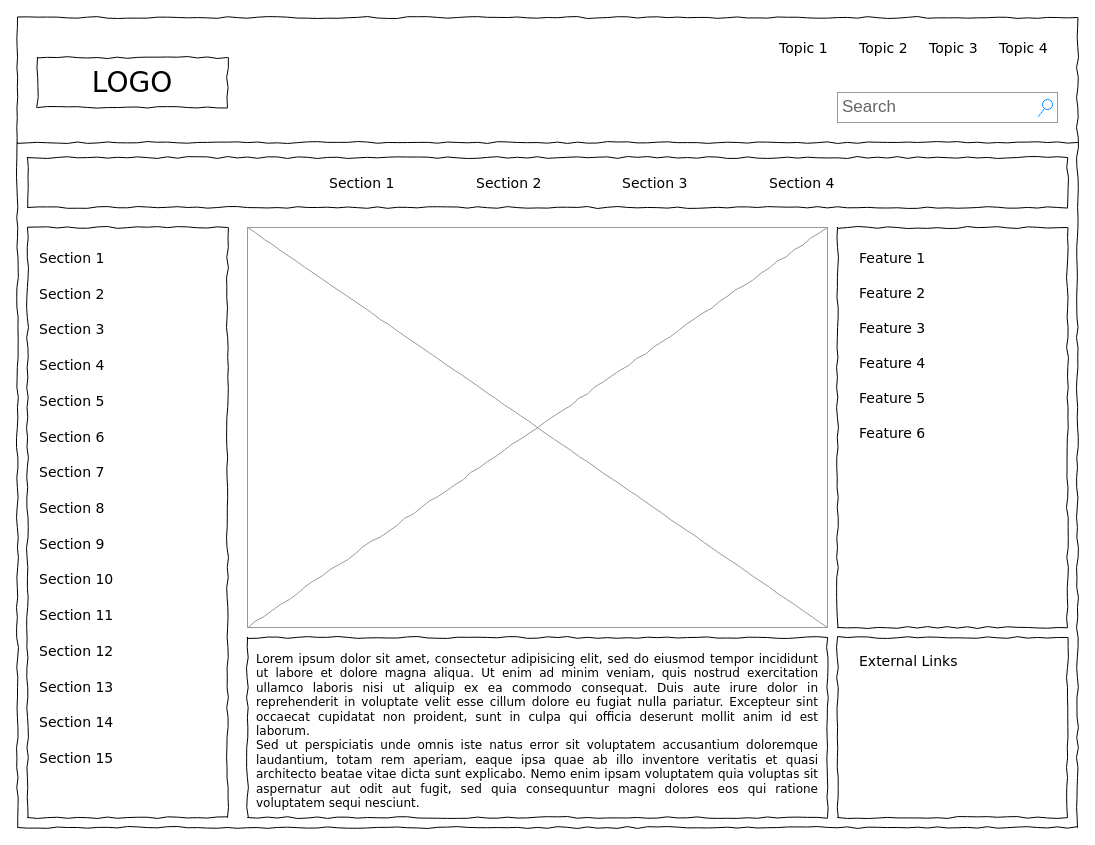
Above: Untitled Diagram.drawio in Sorayk/ToDoList (draw.io), before the change. Source tidied: cells renumbered, new cells numbered last; positions are measured from the earlier drawing's top-left corner, leaving out a move shared by most shapes. Both pictures are drawn from the tidied source at 100%, with x=0, y=0 at pixel (17, 17).
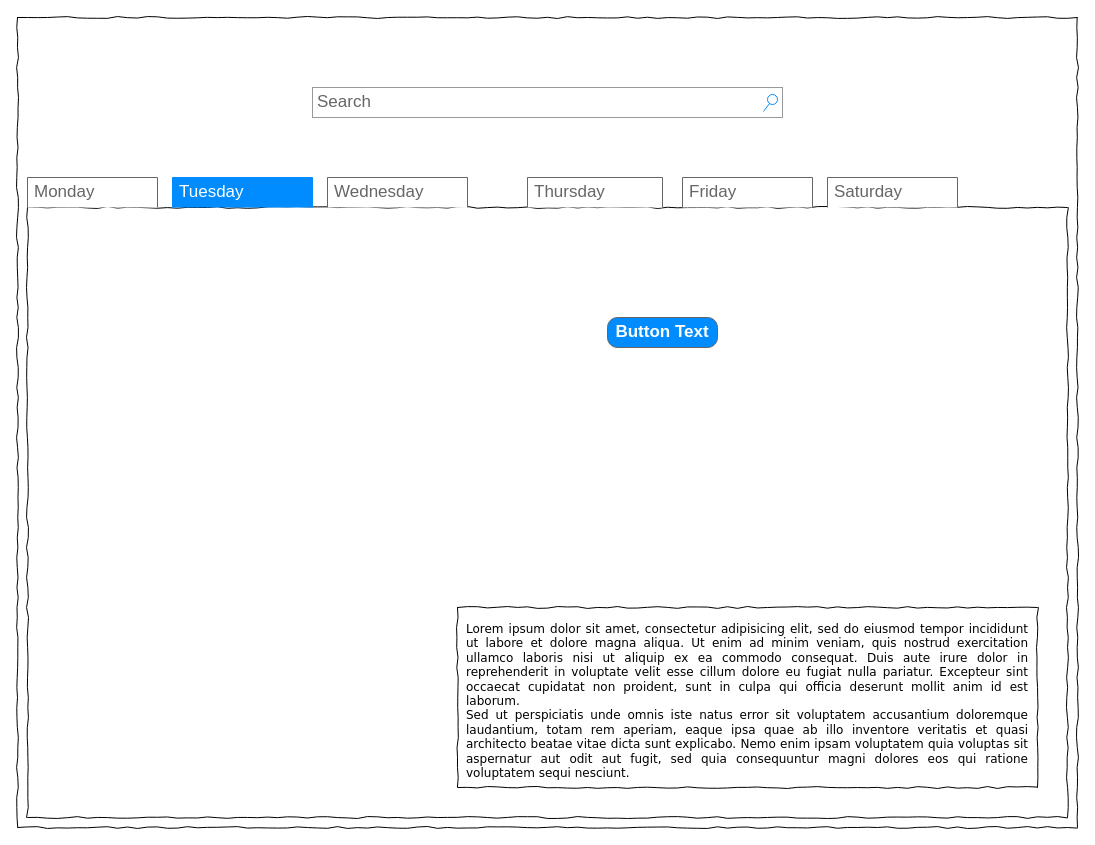
Above is the later version.

The edit, as a diff of the source:
```diff
@@
-    <mxCell id="3" value="LOGO" style="whiteSpace=wrap;html=1;rounded=0;shadow=0;labelBackgroundColor=none;strokeWidth=1;fontFamily=Verdana;fontSize=28;align=center;comic=1;" parent="1" vertex="1">
-      <mxGeometry x="20" y="40" width="190" height="50" as="geometry" />
-    </mxCell>
+    <mxCell id="9" style="whiteSpace=wrap;html=1;rounded=0;shadow=0;labelBackgroundColor=none;strokeWidth=1;fillColor=none;fontFamily=Verdana;fontSize=12;align=center;comic=1;" parent="1" vertex="1">
+      <mxGeometry x="10" y="190" width="1040" height="610" as="geometry" />
+    </mxCell>
+    <mxCell id="16" value="&lt;div style=&quot;text-align: justify&quot;&gt;&lt;span&gt;Lorem ipsum dolor sit amet, consectetur adipisicing elit, sed do eiusmod tempor incididunt ut labore et dolore magna aliqua. Ut enim ad minim veniam, quis nostrud exercitation ullamco laboris nisi ut aliquip ex ea commodo consequat. Duis aute irure dolor in reprehenderit in voluptate velit esse cillum dolore eu fugiat nulla pariatur. Excepteur sint occaecat cupidatat non proident, sunt in culpa qui officia deserunt mollit anim id est laborum.&lt;/span&gt;&lt;/div&gt;&lt;div style=&quot;text-align: justify&quot;&gt;&lt;span&gt;Sed ut perspiciatis unde omnis iste natus error sit voluptatem accusantium doloremque laudantium, totam rem aperiam, eaque ipsa quae ab illo inventore veritatis et quasi architecto beatae vitae dicta sunt explicabo. Nemo enim ipsam voluptatem quia voluptas sit aspernatur aut odit aut fugit, sed quia consequuntur magni dolores eos qui ratione voluptatem sequi nesciunt.&amp;nbsp;&lt;/span&gt;&lt;/div&gt;" style="whiteSpace=wrap;html=1;rounded=0;shadow=0;labelBackgroundColor=none;strokeWidth=1;fillColor=none;fontFamily=Verdana;fontSize=12;align=center;verticalAlign=top;spacing=10;comic=1;" parent="1" vertex="1">
+      <mxGeometry x="440" y="590" width="580" height="180" as="geometry" />
+    </mxCell>
+    <mxCell id="42" value="Button Text" style="strokeWidth=1;shadow=0;dashed=0;align=center;html=1;shape=mxgraph.mockup.buttons.button;strokeColor=#666666;fontColor=#ffffff;mainText=;buttonStyle=round;fontSize=17;fontStyle=1;fillColor=#008cff;whiteSpace=wrap;" parent="1" vertex="1">
+      <mxGeometry x="590" y="300" width="110" height="30" as="geometry" />
+    </mxCell>
-    <mxCell id="4" value="Search" style="strokeWidth=1;shadow=0;dashed=0;align=center;html=1;shape=mxgraph.mockup.forms.searchBox;strokeColor=#999999;mainText=;strokeColor2=#008cff;fontColor=#666666;fontSize=17;align=left;spacingLeft=3;rounded=0;labelBackgroundColor=none;comic=1;" parent="1" vertex="1">
-      <mxGeometry x="820" y="75" width="220" height="30" as="geometry" />
+    <mxCell id="4" value="Search" style="strokeWidth=1;shadow=0;dashed=0;align=center;html=1;shape=mxgraph.mockup.forms.searchBox;strokeColor=#999999;mainText=;strokeColor2=#008cff;fontColor=#666666;fontSize=17;align=left;spacingLeft=3;" parent="1" vertex="1">
+      <mxGeometry x="295" y="70" width="470" height="30" as="geometry" />
     </mxCell>
-    <mxCell id="5" value="Topic 1" style="text;html=1;align=left;verticalAlign=top;spacingTop=-4;fontSize=14;fontFamily=Verdana;" parent="1" vertex="1">
-      <mxGeometry x="760" y="20" width="60" height="20" as="geometry" />
-    </mxCell>
-    <mxCell id="6" value="Topic 2" style="text;html=1;align=left;verticalAlign=top;spacingTop=-4;fontSize=14;fontFamily=Verdana;" parent="1" vertex="1">
-      <mxGeometry x="840" y="20" width="60" height="20" as="geometry" />
-    </mxCell>
-    <mxCell id="7" value="Topic 3" style="text;html=1;align=left;verticalAlign=top;spacingTop=-4;fontSize=14;fontFamily=Verdana;" parent="1" vertex="1">
-      <mxGeometry x="910" y="20" width="60" height="20" as="geometry" />
-    </mxCell>
-    <mxCell id="8" value="Topic 4" style="text;html=1;align=left;verticalAlign=top;spacingTop=-4;fontSize=14;fontFamily=Verdana;" parent="1" vertex="1">
-      <mxGeometry x="980" y="20" width="60" height="20" as="geometry" />
-    </mxCell>
-    <mxCell id="9" style="whiteSpace=wrap;html=1;rounded=0;shadow=0;labelBackgroundColor=none;strokeWidth=1;fillColor=none;fontFamily=Verdana;fontSize=12;align=center;comic=1;" parent="1" vertex="1">
-      <mxGeometry x="10" y="210" width="200" height="590" as="geometry" />
-    </mxCell>
-    <mxCell id="10" style="line;strokeWidth=1;html=1;rounded=0;shadow=0;labelBackgroundColor=none;fillColor=none;fontFamily=Verdana;fontSize=14;fontColor=#000000;align=center;comic=1;" parent="1" vertex="1">
-      <mxGeometry y="120" width="1060" height="10" as="geometry" />
-    </mxCell>
-    <mxCell id="11" style="whiteSpace=wrap;html=1;rounded=0;shadow=0;labelBackgroundColor=none;strokeWidth=1;fillColor=none;fontFamily=Verdana;fontSize=12;align=center;comic=1;" parent="1" vertex="1">
-      <mxGeometry x="10" y="140" width="1040" height="50" as="geometry" />
-    </mxCell>
-    <mxCell id="12" value="Section 1" style="text;html=1;align=left;verticalAlign=top;spacingTop=-4;fontSize=14;fontFamily=Verdana;" parent="1" vertex="1">
-      <mxGeometry x="310" y="155" width="60" height="20" as="geometry" />
-    </mxCell>
-    <mxCell id="13" value="Section 2" style="text;html=1;align=left;verticalAlign=top;spacingTop=-4;fontSize=14;fontFamily=Verdana;" parent="1" vertex="1">
-      <mxGeometry x="457" y="155" width="60" height="20" as="geometry" />
-    </mxCell>
-    <mxCell id="14" value="Section 3" style="text;html=1;align=left;verticalAlign=top;spacingTop=-4;fontSize=14;fontFamily=Verdana;" parent="1" vertex="1">
-      <mxGeometry x="603" y="155" width="60" height="20" as="geometry" />
-    </mxCell>
-    <mxCell id="15" value="Section 4" style="text;html=1;align=left;verticalAlign=top;spacingTop=-4;fontSize=14;fontFamily=Verdana;" parent="1" vertex="1">
-      <mxGeometry x="750" y="155" width="60" height="20" as="geometry" />
-    </mxCell>
-    <mxCell id="16" value="&lt;div style=&quot;text-align: justify&quot;&gt;&lt;span&gt;Lorem ipsum dolor sit amet, consectetur adipisicing elit, sed do eiusmod tempor incididunt ut labore et dolore magna aliqua. Ut enim ad minim veniam, quis nostrud exercitation ullamco laboris nisi ut aliquip ex ea commodo consequat. Duis aute irure dolor in reprehenderit in voluptate velit esse cillum dolore eu fugiat nulla pariatur. Excepteur sint occaecat cupidatat non proident, sunt in culpa qui officia deserunt mollit anim id est laborum.&lt;/span&gt;&lt;/div&gt;&lt;div style=&quot;text-align: justify&quot;&gt;&lt;span&gt;Sed ut perspiciatis unde omnis iste natus error sit voluptatem accusantium doloremque laudantium, totam rem aperiam, eaque ipsa quae ab illo inventore veritatis et quasi architecto beatae vitae dicta sunt explicabo. Nemo enim ipsam voluptatem quia voluptas sit aspernatur aut odit aut fugit, sed quia consequuntur magni dolores eos qui ratione voluptatem sequi nesciunt.&amp;nbsp;&lt;/span&gt;&lt;/div&gt;" style="whiteSpace=wrap;html=1;rounded=0;shadow=0;labelBackgroundColor=none;strokeWidth=1;fillColor=none;fontFamily=Verdana;fontSize=12;align=center;verticalAlign=top;spacing=10;comic=1;" parent="1" vertex="1">
-      <mxGeometry x="230" y="620" width="580" height="180" as="geometry" />
-    </mxCell>
-    <mxCell id="17" style="verticalLabelPosition=bottom;shadow=0;dashed=0;align=center;html=1;verticalAlign=top;strokeWidth=1;shape=mxgraph.mockup.graphics.simpleIcon;strokeColor=#999999;rounded=0;labelBackgroundColor=none;fontFamily=Verdana;fontSize=14;fontColor=#000000;comic=1;" parent="1" vertex="1">
-      <mxGeometry x="230" y="210" width="580" height="400" as="geometry" />
-    </mxCell>
-    <mxCell id="18" style="whiteSpace=wrap;html=1;rounded=0;shadow=0;labelBackgroundColor=none;strokeWidth=1;fillColor=none;fontFamily=Verdana;fontSize=12;align=center;comic=1;" parent="1" vertex="1">
-      <mxGeometry x="820" y="210" width="230" height="400" as="geometry" />
-    </mxCell>
-    <mxCell id="19" style="whiteSpace=wrap;html=1;rounded=0;shadow=0;labelBackgroundColor=none;strokeWidth=1;fillColor=none;fontFamily=Verdana;fontSize=12;align=center;comic=1;" parent="1" vertex="1">
-      <mxGeometry x="820" y="620" width="230" height="180" as="geometry" />
-    </mxCell>
-    <mxCell id="20" value="Section 1" style="text;html=1;align=left;verticalAlign=top;spacingTop=-4;fontSize=14;fontFamily=Verdana;" parent="1" vertex="1">
-      <mxGeometry x="20" y="230" width="170" height="20" as="geometry" />
-    </mxCell>
-    <mxCell id="21" value="Section 2" style="text;html=1;align=left;verticalAlign=top;spacingTop=-4;fontSize=14;fontFamily=Verdana;" parent="1" vertex="1">
-      <mxGeometry x="20" y="266" width="170" height="20" as="geometry" />
-    </mxCell>
-    <mxCell id="22" value="Section 3" style="text;html=1;align=left;verticalAlign=top;spacingTop=-4;fontSize=14;fontFamily=Verdana;" parent="1" vertex="1">
-      <mxGeometry x="20" y="301" width="170" height="20" as="geometry" />
-    </mxCell>
-    <mxCell id="23" value="Section 4" style="text;html=1;align=left;verticalAlign=top;spacingTop=-4;fontSize=14;fontFamily=Verdana;" parent="1" vertex="1">
-      <mxGeometry x="20" y="337" width="170" height="20" as="geometry" />
-    </mxCell>
-    <mxCell id="24" value="Section 7" style="text;html=1;align=left;verticalAlign=top;spacingTop=-4;fontSize=14;fontFamily=Verdana;" parent="1" vertex="1">
-      <mxGeometry x="20" y="444" width="170" height="20" as="geometry" />
-    </mxCell>
-    <mxCell id="25" value="Section 8" style="text;html=1;align=left;verticalAlign=top;spacingTop=-4;fontSize=14;fontFamily=Verdana;" parent="1" vertex="1">
-      <mxGeometry x="20" y="480" width="170" height="20" as="geometry" />
-    </mxCell>
-    <mxCell id="26" value="Section 9" style="text;html=1;align=left;verticalAlign=top;spacingTop=-4;fontSize=14;fontFamily=Verdana;" parent="1" vertex="1">
-      <mxGeometry x="20" y="516" width="170" height="20" as="geometry" />
-    </mxCell>
-    <mxCell id="27" value="Section 10" style="text;html=1;align=left;verticalAlign=top;spacingTop=-4;fontSize=14;fontFamily=Verdana;" parent="1" vertex="1">
-      <mxGeometry x="20" y="551" width="170" height="20" as="geometry" />
-    </mxCell>
-    <mxCell id="28" value="Section 11" style="text;html=1;align=left;verticalAlign=top;spacingTop=-4;fontSize=14;fontFamily=Verdana;" parent="1" vertex="1">
-      <mxGeometry x="20" y="587" width="170" height="20" as="geometry" />
-    </mxCell>
-    <mxCell id="29" value="Section 12" style="text;html=1;align=left;verticalAlign=top;spacingTop=-4;fontSize=14;fontFamily=Verdana;" parent="1" vertex="1">
-      <mxGeometry x="20" y="623" width="170" height="20" as="geometry" />
-    </mxCell>
-    <mxCell id="30" value="Section 13" style="text;html=1;align=left;verticalAlign=top;spacingTop=-4;fontSize=14;fontFamily=Verdana;" parent="1" vertex="1">
-      <mxGeometry x="20" y="659" width="170" height="20" as="geometry" />
-    </mxCell>
-    <mxCell id="31" value="Section 14" style="text;html=1;align=left;verticalAlign=top;spacingTop=-4;fontSize=14;fontFamily=Verdana;" parent="1" vertex="1">
-      <mxGeometry x="20" y="694" width="170" height="20" as="geometry" />
-    </mxCell>
-    <mxCell id="32" value="Section 5" style="text;html=1;align=left;verticalAlign=top;spacingTop=-4;fontSize=14;fontFamily=Verdana;" parent="1" vertex="1">
-      <mxGeometry x="20" y="373" width="170" height="20" as="geometry" />
-    </mxCell>
-    <mxCell id="33" value="Section 6" style="text;html=1;align=left;verticalAlign=top;spacingTop=-4;fontSize=14;fontFamily=Verdana;" parent="1" vertex="1">
-      <mxGeometry x="20" y="409" width="170" height="20" as="geometry" />
-    </mxCell>
-    <mxCell id="34" value="Section 15" style="text;html=1;align=left;verticalAlign=top;spacingTop=-4;fontSize=14;fontFamily=Verdana;" parent="1" vertex="1">
-      <mxGeometry x="20" y="730" width="170" height="20" as="geometry" />
-    </mxCell>
-    <mxCell id="35" value="External Links" style="text;html=1;align=left;verticalAlign=top;spacingTop=-4;fontSize=14;fontFamily=Verdana;" parent="1" vertex="1">
-      <mxGeometry x="840" y="633" width="170" height="20" as="geometry" />
-    </mxCell>
-    <mxCell id="36" value="Feature 1" style="text;html=1;align=left;verticalAlign=top;spacingTop=-4;fontSize=14;fontFamily=Verdana;" parent="1" vertex="1">
-      <mxGeometry x="840" y="230" width="170" height="20" as="geometry" />
-    </mxCell>
-    <mxCell id="37" value="Feature 2" style="text;html=1;align=left;verticalAlign=top;spacingTop=-4;fontSize=14;fontFamily=Verdana;" parent="1" vertex="1">
-      <mxGeometry x="840" y="265" width="170" height="20" as="geometry" />
-    </mxCell>
-    <mxCell id="38" value="Feature 3" style="text;html=1;align=left;verticalAlign=top;spacingTop=-4;fontSize=14;fontFamily=Verdana;" parent="1" vertex="1">
-      <mxGeometry x="840" y="300" width="170" height="20" as="geometry" />
-    </mxCell>
-    <mxCell id="39" value="Feature 4" style="text;html=1;align=left;verticalAlign=top;spacingTop=-4;fontSize=14;fontFamily=Verdana;" parent="1" vertex="1">
-      <mxGeometry x="840" y="335" width="170" height="20" as="geometry" />
-    </mxCell>
-    <mxCell id="40" value="Feature 5" style="text;html=1;align=left;verticalAlign=top;spacingTop=-4;fontSize=14;fontFamily=Verdana;" parent="1" vertex="1">
-      <mxGeometry x="840" y="370" width="170" height="20" as="geometry" />
-    </mxCell>
-    <mxCell id="41" value="Feature 6" style="text;html=1;align=left;verticalAlign=top;spacingTop=-4;fontSize=14;fontFamily=Verdana;" parent="1" vertex="1">
-      <mxGeometry x="840" y="405" width="170" height="20" as="geometry" />
-    </mxCell>
+    <mxCell id="43" value="Monday" style="strokeWidth=1;shadow=0;dashed=0;align=center;html=1;shape=mxgraph.mockup.forms.uRect;fontSize=17;fontColor=#666666;align=left;spacingLeft=5;strokeColor=#666666;" parent="1" vertex="1">
+      <mxGeometry x="10" y="160" width="130" height="30" as="geometry" />
+    </mxCell>
+    <mxCell id="44" value="Tuesday" style="strokeWidth=1;shadow=0;dashed=0;align=center;html=1;shape=mxgraph.mockup.forms.uRect;fontSize=17;fontColor=#ffffff;align=left;spacingLeft=5;strokeColor=#008cff;fillColor=#008cff;" parent="1" vertex="1">
+      <mxGeometry x="155" y="160" width="140" height="30" as="geometry" />
+    </mxCell>
+    <mxCell id="45" value="Wednesday" style="strokeWidth=1;shadow=0;dashed=0;align=center;html=1;shape=mxgraph.mockup.forms.uRect;fontSize=17;fontColor=#666666;align=left;spacingLeft=5;strokeColor=#666666;" parent="1" vertex="1">
+      <mxGeometry x="310" y="160" width="140" height="30" as="geometry" />
+    </mxCell>
+    <mxCell id="46" value="Thursday" style="strokeWidth=1;shadow=0;dashed=0;align=center;html=1;shape=mxgraph.mockup.forms.uRect;fontSize=17;fontColor=#666666;align=left;spacingLeft=5;strokeColor=#666666;" parent="1" vertex="1">
+      <mxGeometry x="510" y="160" width="135" height="30" as="geometry" />
+    </mxCell>
+    <mxCell id="47" value="Friday" style="strokeWidth=1;shadow=0;dashed=0;align=center;html=1;shape=mxgraph.mockup.forms.uRect;fontSize=17;fontColor=#666666;align=left;spacingLeft=5;strokeColor=#666666;" parent="1" vertex="1">
+      <mxGeometry x="665" y="160" width="130" height="30" as="geometry" />
+    </mxCell>
+    <mxCell id="48" value="Saturday" style="strokeWidth=1;shadow=0;dashed=0;align=center;html=1;shape=mxgraph.mockup.forms.uRect;fontSize=17;fontColor=#666666;align=left;spacingLeft=5;strokeColor=#666666;" parent="1" vertex="1">
+      <mxGeometry x="810" y="160" width="130" height="30" as="geometry" />
+    </mxCell>
```
